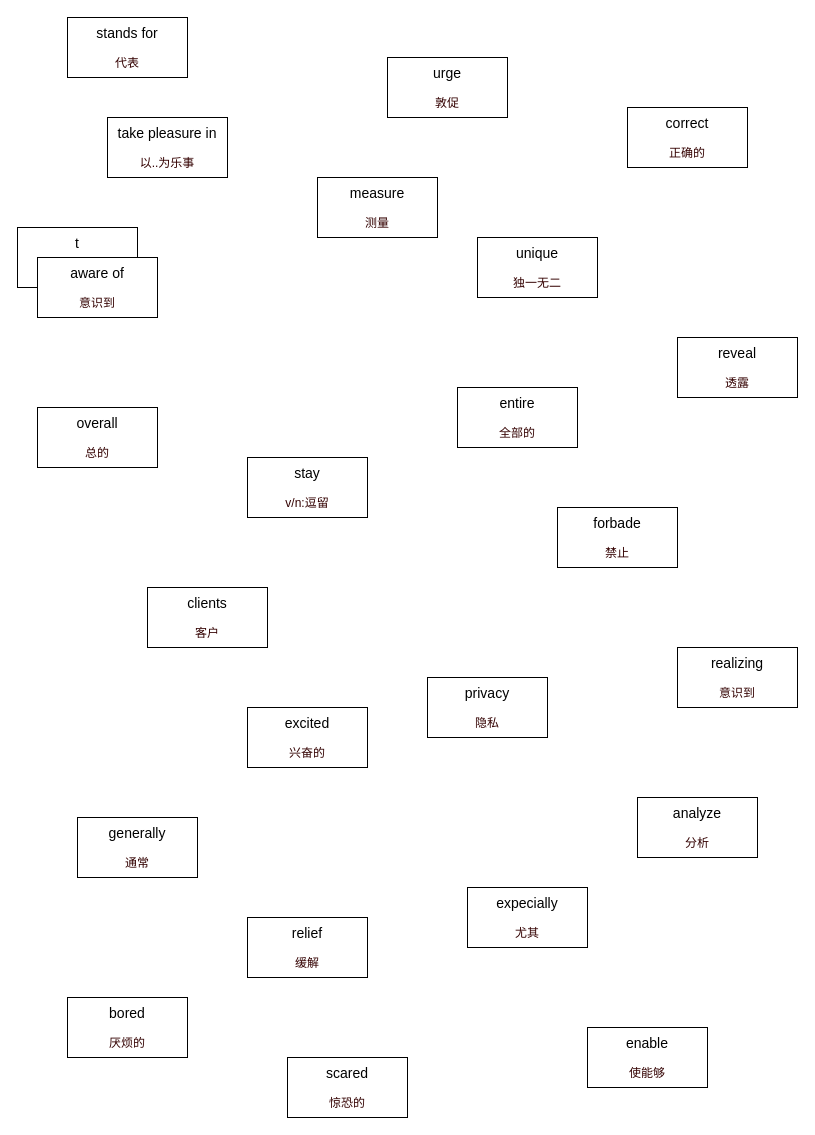
This is ocean.drawio from banBlue/drawio, a draw.io file, before an edit. Source tidied: cells renumbered, new cells numbered last; positions are measured from the earlier drawing's top-left corner, leaving out a move shared by most shapes. Both pictures are drawn from the tidied source at 100%, with x=0, y=0 at pixel (17, 17).
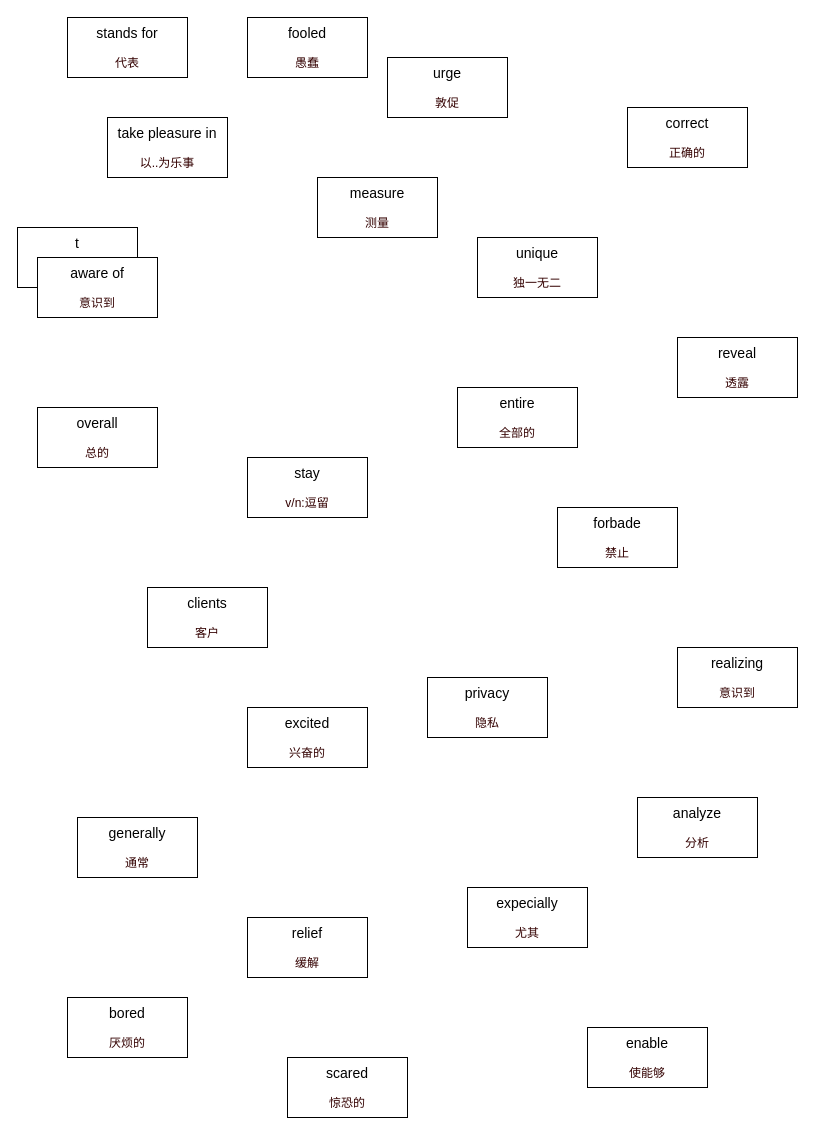
The same diagram, later.

Diff of the diagram source:
```diff
@@
+    <mxCell id="26" value="&lt;font style=&quot;font-size: 14px&quot;&gt;fooled&lt;br&gt;&lt;/font&gt;&lt;br&gt;&lt;font color=&quot;#330000&quot;&gt;愚蠢&lt;/font&gt;" style="rounded=0;whiteSpace=wrap;html=1;" parent="1" vertex="1">
+      <mxGeometry x="230" width="120" height="60" as="geometry" />
+    </mxCell>
```
